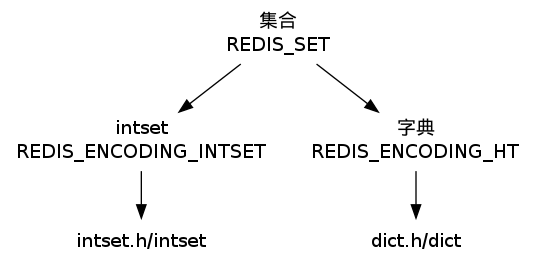
huangzworks/redisbook keeps this Graphviz diagram as datatype/image/redis_set.png. Above is the earlier version. Its source is kept beside it as datatype/image/redis_set.dot.
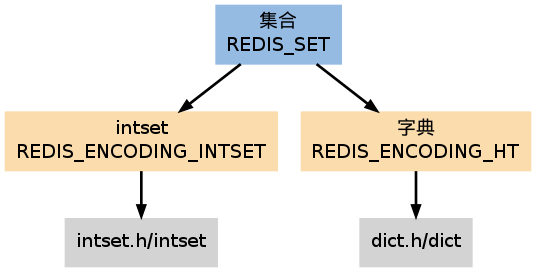
The same file after the commit.

What changed in the source:
```diff
@@ -1,13 +1,15 @@
 digraph redis_set {
 
-    node [shape=plaintext];
+    node [shape=plaintext, style = filled];
+
+    edge [style = bold];
 
 
-    REDIS_SET [label="集合\nREDIS_SET"];
+    REDIS_SET [label="集合\nREDIS_SET", fillcolor = "#95BBE3"];
 
 
-    REDIS_ENCODING_INTSET [label="intset\nREDIS_ENCODING_INTSET"];
-    REDIS_ENCODING_HT [label="字典\nREDIS_ENCODING_HT"];
+    REDIS_ENCODING_INTSET [label="intset\nREDIS_ENCODING_INTSET", fillcolor = "#FADCAD"];
+    REDIS_ENCODING_HT [label="字典\nREDIS_ENCODING_HT", fillcolor = "#FADCAD"];
 
 
     REDIS_SET -> REDIS_ENCODING_INTSET;
```
